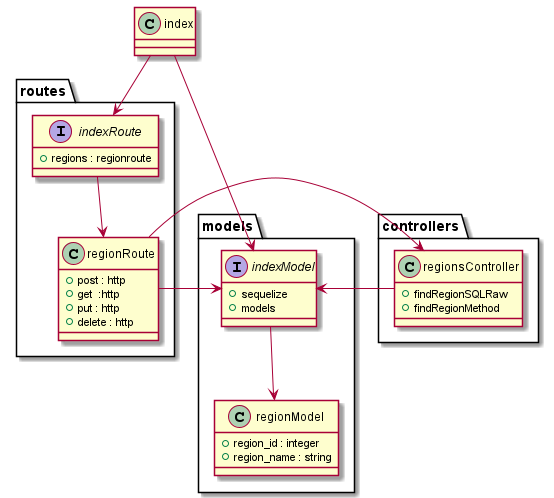
The PlantUML diagram out/99-uml-design/01-class-regions/class regions.png in daffadrm/codeid-nodejs-week2, before a commit.
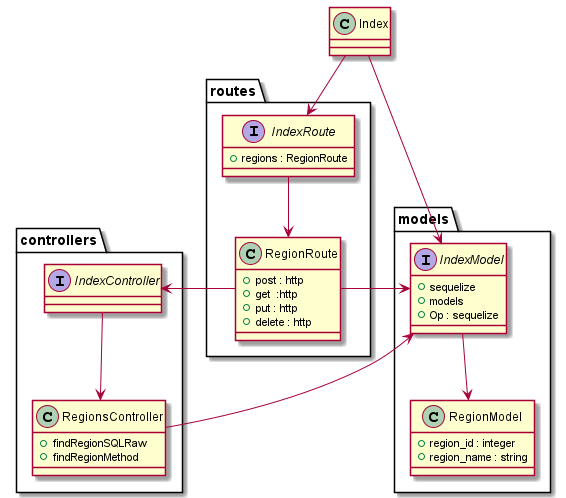
The same file after the commit.

What changed in the source:
```diff
@@ -1,22 +1,23 @@
 @startuml class regions
 
-  interface models.indexModel {
+  interface models.IndexModel {
       +sequelize
       +models
+      +Op : sequelize
   }
 
-  class models.regionModel{
+  class models.RegionModel{
      +region_id : integer
      +region_name : string
   }
 
-  models.indexModel --> models.regionModel
+  models.IndexModel --> models.RegionModel
 
-  interface routes.indexRoute{
-    +regions : regionroute
+  interface routes.IndexRoute{
+    +regions : RegionRoute
   }
 
-  class routes.regionRoute{
+  class routes.RegionRoute{
     +post : http
     +get  :http
     +put : http
@@ -25,22 +26,27 @@
 
 
 
-  class index {
+  class Index {
 
   }
 
-  class controllers.regionsController{
+  interface controllers.IndexController{
+
+  }
+
+  class controllers.RegionsController{
     +findRegionSQLRaw
     +findRegionMethod
   }
 
-  routes.indexRoute --> routes.regionRoute
-  routes.regionRoute -left-> models.indexModel
-  routes.regionRoute -left-> controllers.regionsController
-  controllers.regionsController -left-> models.indexModel
+  routes.IndexRoute --> routes.RegionRoute
+  routes.RegionRoute -left-> models.IndexModel
+  routes.RegionRoute -right-> controllers.IndexController
+  controllers.RegionsController -left-> models.IndexModel
+  controllers.IndexController --> controllers.RegionsController
 
-  index --> models.indexModel
-  index --> routes.indexRoute
+  Index --> models.IndexModel
+  Index --> routes.IndexRoute
 
 
 
```
